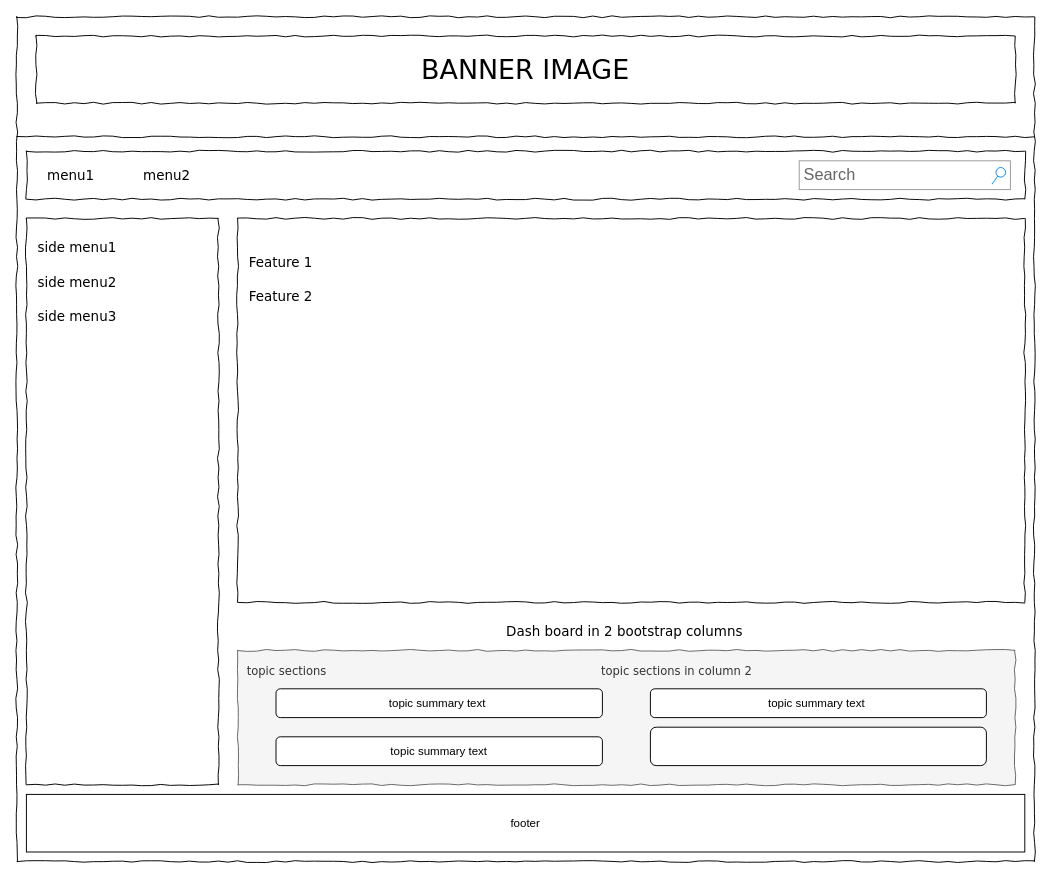
Before: BusinessSiteExample/WireFrames/homePage.drawio in nwankwoGIT/nwankwoGITRepo, a draw.io diagram. Source tidied: cells renumbered, new cells numbered last; positions are measured from the earlier drawing's top-left corner, leaving out a move shared by most shapes. Both pictures are drawn from the tidied source at 96%, with x=0, y=0 at pixel (16, 16).
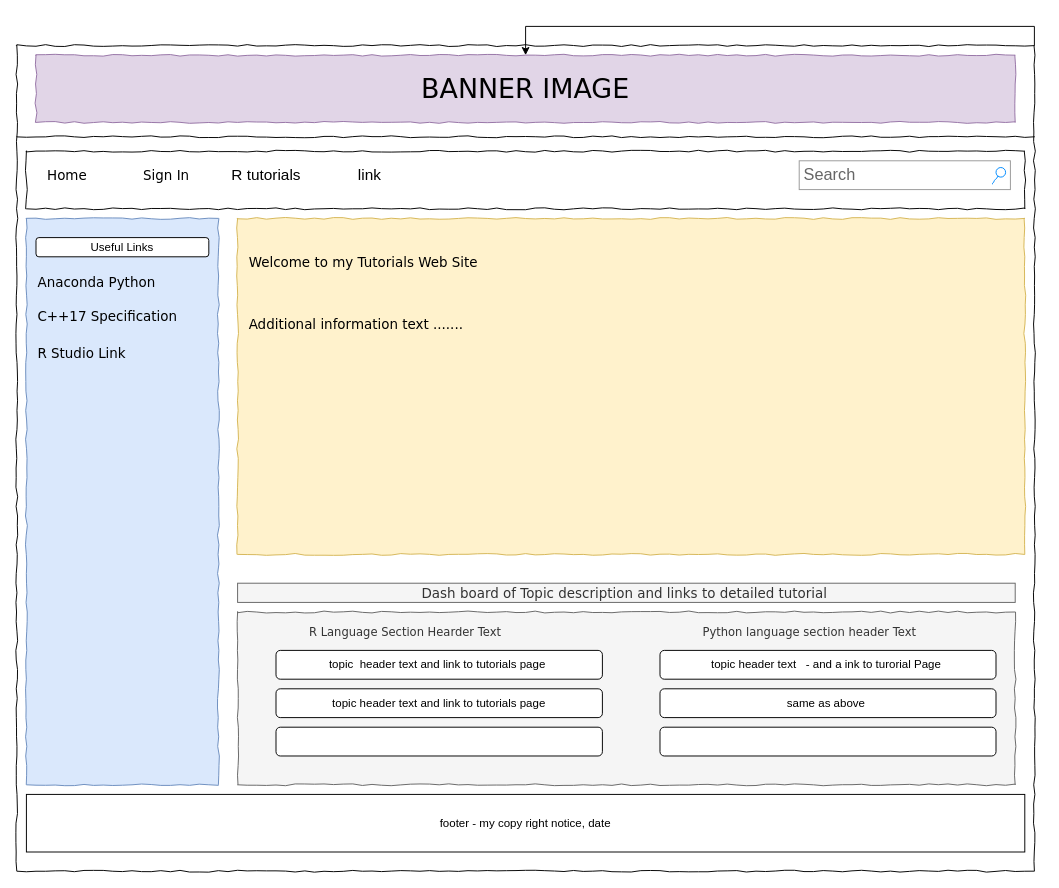
After the change.

Diff of the diagram source:
```diff
@@
+    <mxCell id="23" style="edgeStyle=orthogonalEdgeStyle;rounded=0;jettySize=auto;html=1;exitX=1;exitY=0;exitDx=0;exitDy=0;" parent="1" edge="1" source="2" target="3">
+      <mxGeometry relative="1" as="geometry" />
+    </mxCell>
     <mxCell id="2" style="whiteSpace=wrap;html=1;rounded=0;shadow=0;labelBackgroundColor=none;strokeColor=#000000;strokeWidth=1;fillColor=none;fontFamily=Verdana;fontSize=12;fontColor=#000000;align=center;comic=1;" parent="1" vertex="1">
-      <mxGeometry width="1060" height="880" as="geometry" />
+      <mxGeometry y="30" width="1060" height="860" as="geometry" />
     </mxCell>
-    <mxCell id="3" value="BANNER IMAGE" style="whiteSpace=wrap;html=1;rounded=0;shadow=0;labelBackgroundColor=none;strokeWidth=1;fontFamily=Verdana;fontSize=28;align=center;comic=1;" parent="1" vertex="1">
-      <mxGeometry x="20" y="20" width="1020" height="70" as="geometry" />
+    <mxCell id="3" value="BANNER IMAGE" style="whiteSpace=wrap;html=1;rounded=0;shadow=0;labelBackgroundColor=none;strokeWidth=1;fontFamily=Verdana;fontSize=28;align=center;comic=1;fillColor=#e1d5e7;strokeColor=#9673a6;" parent="1" vertex="1">
+      <mxGeometry x="20" y="40" width="1020" height="70" as="geometry" />
     </mxCell>
@@
-    <mxCell id="5" style="whiteSpace=wrap;html=1;rounded=0;shadow=0;labelBackgroundColor=none;strokeWidth=1;fillColor=none;fontFamily=Verdana;fontSize=12;align=center;comic=1;" parent="1" vertex="1">
+    <mxCell id="5" style="whiteSpace=wrap;html=1;rounded=0;shadow=0;labelBackgroundColor=none;strokeWidth=1;fillColor=#dae8fc;fontFamily=Verdana;fontSize=12;align=center;comic=1;strokeColor=#6c8ebf;" parent="1" vertex="1">
       <mxGeometry x="10" y="210" width="200" height="590" as="geometry" />
     </mxCell>
@@
     <mxCell id="7" style="whiteSpace=wrap;html=1;rounded=0;shadow=0;labelBackgroundColor=none;strokeWidth=1;fillColor=none;fontFamily=Verdana;fontSize=12;align=center;comic=1;" parent="1" vertex="1">
-      <mxGeometry x="10" y="140" width="1040" height="50" as="geometry" />
+      <mxGeometry x="10" y="140" width="1040" height="60" as="geometry" />
     </mxCell>
-    <mxCell id="8" value="menu1" style="text;html=1;align=left;verticalAlign=top;spacingTop=-4;fontSize=14;fontFamily=Verdana;" parent="1" vertex="1">
+    <mxCell id="8" value="Home" style="text;html=1;align=left;verticalAlign=top;spacingTop=-4;fontSize=14;fontFamily=Verdana;" parent="1" vertex="1">
       <mxGeometry x="30" y="155" width="60" height="20" as="geometry" />
     </mxCell>
-    <mxCell id="9" value="menu2" style="text;html=1;align=left;verticalAlign=top;spacingTop=-4;fontSize=14;fontFamily=Verdana;" parent="1" vertex="1">
+    <mxCell id="9" value="Sign In" style="text;html=1;align=left;verticalAlign=top;spacingTop=-4;fontSize=14;fontFamily=Verdana;" parent="1" vertex="1">
       <mxGeometry x="130" y="155" width="60" height="20" as="geometry" />
     </mxCell>
-    <mxCell id="10" value="&lt;div&gt;topic sections&amp;nbsp; &amp;nbsp; &amp;nbsp; &amp;nbsp; &amp;nbsp; &amp;nbsp; &amp;nbsp; &amp;nbsp; &amp;nbsp; &amp;nbsp; &amp;nbsp; &amp;nbsp; &amp;nbsp; &amp;nbsp; &amp;nbsp; &amp;nbsp; &amp;nbsp; &amp;nbsp; &amp;nbsp; &amp;nbsp; &amp;nbsp; &amp;nbsp; &amp;nbsp; &amp;nbsp; &amp;nbsp; &amp;nbsp; &amp;nbsp; &amp;nbsp; &amp;nbsp; &amp;nbsp; &amp;nbsp; &amp;nbsp; &amp;nbsp; &amp;nbsp; &amp;nbsp; &amp;nbsp; &amp;nbsp; &amp;nbsp;topic sections in column 2&amp;nbsp;&lt;/div&gt;" style="whiteSpace=wrap;html=1;rounded=0;shadow=0;labelBackgroundColor=none;strokeWidth=1;fillColor=#f5f5f5;fontFamily=Verdana;fontSize=12;align=left;verticalAlign=top;spacing=10;comic=1;strokeColor=#666666;fontColor=#333333;" parent="1" vertex="1">
-      <mxGeometry x="230" y="660" width="810" height="140" as="geometry" />
+    <mxCell id="10" value="&lt;div&gt;&amp;nbsp; &amp;nbsp; &amp;nbsp; &amp;nbsp; &amp;nbsp; &amp;nbsp; &amp;nbsp; &amp;nbsp; &amp;nbsp;R Language Section Hearder Text&amp;nbsp; &amp;nbsp; &amp;nbsp; &amp;nbsp; &amp;nbsp; &amp;nbsp; &amp;nbsp; &amp;nbsp; &amp;nbsp; &amp;nbsp; &amp;nbsp; &amp;nbsp; &amp;nbsp; &amp;nbsp; &amp;nbsp; &amp;nbsp; &amp;nbsp; &amp;nbsp; &amp;nbsp; &amp;nbsp; &amp;nbsp; &amp;nbsp; &amp;nbsp; &amp;nbsp; &amp;nbsp; &amp;nbsp; &amp;nbsp; &amp;nbsp;Python language section header Text&amp;nbsp;&lt;/div&gt;" style="whiteSpace=wrap;html=1;rounded=0;shadow=0;labelBackgroundColor=none;strokeWidth=1;fillColor=#f5f5f5;fontFamily=Verdana;fontSize=12;align=left;verticalAlign=top;spacing=10;comic=1;strokeColor=#666666;fontColor=#333333;" parent="1" vertex="1">
+      <mxGeometry x="230" y="620" width="810" height="180" as="geometry" />
     </mxCell>
-    <mxCell id="11" style="whiteSpace=wrap;html=1;rounded=0;shadow=0;labelBackgroundColor=none;strokeWidth=1;fillColor=none;fontFamily=Verdana;fontSize=12;align=center;comic=1;" parent="1" vertex="1">
-      <mxGeometry x="230" y="210" width="820" height="400" as="geometry" />
+    <mxCell id="11" style="whiteSpace=wrap;html=1;rounded=0;shadow=0;labelBackgroundColor=none;strokeWidth=1;fillColor=#fff2cc;fontFamily=Verdana;fontSize=12;align=center;comic=1;strokeColor=#d6b656;" parent="1" vertex="1">
+      <mxGeometry x="230" y="210" width="820" height="350" as="geometry" />
     </mxCell>
-    <mxCell id="12" value="side menu1" style="text;html=1;align=left;verticalAlign=top;spacingTop=-4;fontSize=14;fontFamily=Verdana;" parent="1" vertex="1">
-      <mxGeometry x="20" y="230" width="170" height="20" as="geometry" />
+    <mxCell id="12" value="R Studio Link" style="text;html=1;align=left;verticalAlign=top;spacingTop=-4;fontSize=14;fontFamily=Verdana;" parent="1" vertex="1">
+      <mxGeometry x="20" y="340" width="170" height="20" as="geometry" />
     </mxCell>
-    <mxCell id="13" value="side menu2" style="text;html=1;align=left;verticalAlign=top;spacingTop=-4;fontSize=14;fontFamily=Verdana;" parent="1" vertex="1">
+    <mxCell id="13" value="Anaconda Python&amp;nbsp;" style="text;html=1;align=left;verticalAlign=top;spacingTop=-4;fontSize=14;fontFamily=Verdana;" parent="1" vertex="1">
       <mxGeometry x="20" y="266" width="170" height="20" as="geometry" />
     </mxCell>
-    <mxCell id="14" value="side menu3" style="text;html=1;align=left;verticalAlign=top;spacingTop=-4;fontSize=14;fontFamily=Verdana;" parent="1" vertex="1">
+    <mxCell id="14" value="C++17 Specification" style="text;html=1;align=left;verticalAlign=top;spacingTop=-4;fontSize=14;fontFamily=Verdana;" parent="1" vertex="1">
       <mxGeometry x="20" y="301" width="170" height="20" as="geometry" />
     </mxCell>
-    <mxCell id="15" value="Dash board in 2 bootstrap columns&amp;nbsp;" style="text;html=1;align=center;verticalAlign=top;spacingTop=-4;fontSize=14;fontFamily=Verdana;imageAlign=center;strokeColor=none;" parent="1" vertex="1">
-      <mxGeometry x="230" y="630" width="810" height="20" as="geometry" />
+    <mxCell id="15" value="Dash board of Topic description and links to detailed tutorial&amp;nbsp;" style="text;html=1;align=center;verticalAlign=top;spacingTop=-4;fontSize=14;fontFamily=Verdana;imageAlign=center;strokeColor=#666666;fillColor=#f5f5f5;fontColor=#333333;" parent="1" vertex="1">
+      <mxGeometry x="230" y="590" width="810" height="20" as="geometry" />
     </mxCell>
-    <mxCell id="16" value="Feature 1" style="text;html=1;align=left;verticalAlign=top;spacingTop=-4;fontSize=14;fontFamily=Verdana;" parent="1" vertex="1">
-      <mxGeometry x="240" y="245" width="170" height="20" as="geometry" />
+    <mxCell id="16" value="Welcome to my Tutorials Web Site" style="text;html=1;align=left;verticalAlign=top;spacingTop=-4;fontSize=14;fontFamily=Verdana;imageAlign=center;" parent="1" vertex="1">
+      <mxGeometry x="240" y="245" width="760" height="20" as="geometry" />
     </mxCell>
-    <mxCell id="17" value="Feature 2" style="text;html=1;align=left;verticalAlign=top;spacingTop=-4;fontSize=14;fontFamily=Verdana;" parent="1" vertex="1">
-      <mxGeometry x="240" y="281" width="170" height="20" as="geometry" />
+    <mxCell id="17" value="Additional information text ......." style="text;html=1;align=left;verticalAlign=top;spacingTop=-4;fontSize=14;fontFamily=Verdana;" parent="1" vertex="1">
+      <mxGeometry x="240" y="310" width="170" height="20" as="geometry" />
     </mxCell>
-    <mxCell id="18" value="topic summary text&amp;nbsp;" style="rounded=1;whiteSpace=wrap;html=1;strokeColor=#000000;" parent="1" vertex="1">
-      <mxGeometry x="270" y="700" width="340" height="30" as="geometry" />
+    <mxCell id="18" value="topic&amp;nbsp; header text and link to tutorials page&amp;nbsp;" style="rounded=1;whiteSpace=wrap;html=1;strokeColor=#000000;" parent="1" vertex="1">
+      <mxGeometry x="270" y="660" width="340" height="30" as="geometry" />
     </mxCell>
-    <mxCell id="19" value="topic summary text" style="rounded=1;whiteSpace=wrap;html=1;strokeColor=#000000;" parent="1" vertex="1">
-      <mxGeometry x="270" y="750" width="340" height="30" as="geometry" />
+    <mxCell id="19" value="topic header text and link to tutorials page" style="rounded=1;whiteSpace=wrap;html=1;strokeColor=#000000;" parent="1" vertex="1">
+      <mxGeometry x="270" y="700" width="340" height="30" as="geometry" />
     </mxCell>
-    <mxCell id="20" value="topic summary text&amp;nbsp;" style="rounded=1;whiteSpace=wrap;html=1;strokeColor=#000000;" parent="1" vertex="1">
-      <mxGeometry x="660" y="700" width="350" height="30" as="geometry" />
+    <mxCell id="20" value="topic header text&amp;nbsp; &amp;nbsp;- and a ink to turorial Page&amp;nbsp;" style="rounded=1;whiteSpace=wrap;html=1;strokeColor=#000000;" parent="1" vertex="1">
+      <mxGeometry x="670" y="660" width="350" height="30" as="geometry" />
     </mxCell>
-    <mxCell id="21" style="rounded=1;whiteSpace=wrap;html=1;strokeColor=#000000;" parent="1" vertex="1">
-      <mxGeometry x="660" y="740" width="350" height="40" as="geometry" />
+    <mxCell id="21" value="same as above&amp;nbsp;" style="rounded=1;whiteSpace=wrap;html=1;strokeColor=#000000;" parent="1" vertex="1">
+      <mxGeometry x="670" y="700" width="350" height="30" as="geometry" />
     </mxCell>
-    <mxCell id="22" value="footer" style="rounded=0;whiteSpace=wrap;html=1;strokeColor=#000000;" parent="1" vertex="1">
+    <mxCell id="22" value="footer - my copy right notice, date" style="rounded=0;whiteSpace=wrap;html=1;strokeColor=#000000;" parent="1" vertex="1">
       <mxGeometry x="10" y="810" width="1040" height="60" as="geometry" />
     </mxCell>
+    <mxCell id="24" value="Useful Links" style="rounded=1;whiteSpace=wrap;html=1;" parent="1" vertex="1">
+      <mxGeometry x="20" y="230" width="180" height="20" as="geometry" />
+    </mxCell>
+    <mxCell id="25" value="R tutorials" style="text;html=1;strokeColor=none;fillColor=none;align=center;verticalAlign=middle;whiteSpace=wrap;rounded=0;imageHeight=24;fontSize=16;" parent="1" vertex="1">
+      <mxGeometry x="220" y="155" width="80" height="20" as="geometry" />
+    </mxCell>
+    <mxCell id="26" style="rounded=1;whiteSpace=wrap;html=1;fontSize=16;" parent="1" vertex="1">
+      <mxGeometry x="270" y="740" width="340" height="30" as="geometry" />
+    </mxCell>
+    <mxCell id="27" style="rounded=1;whiteSpace=wrap;html=1;fontSize=16;" parent="1" vertex="1">
+      <mxGeometry x="670" y="740" width="350" height="30" as="geometry" />
+    </mxCell>
+    <mxCell id="28" value="link&amp;nbsp;" style="text;html=1;strokeColor=none;fillColor=none;align=center;verticalAlign=middle;whiteSpace=wrap;rounded=0;fontSize=16;" parent="1" vertex="1">
+      <mxGeometry x="350" y="160" width="40" height="10" as="geometry" />
+    </mxCell>
```
